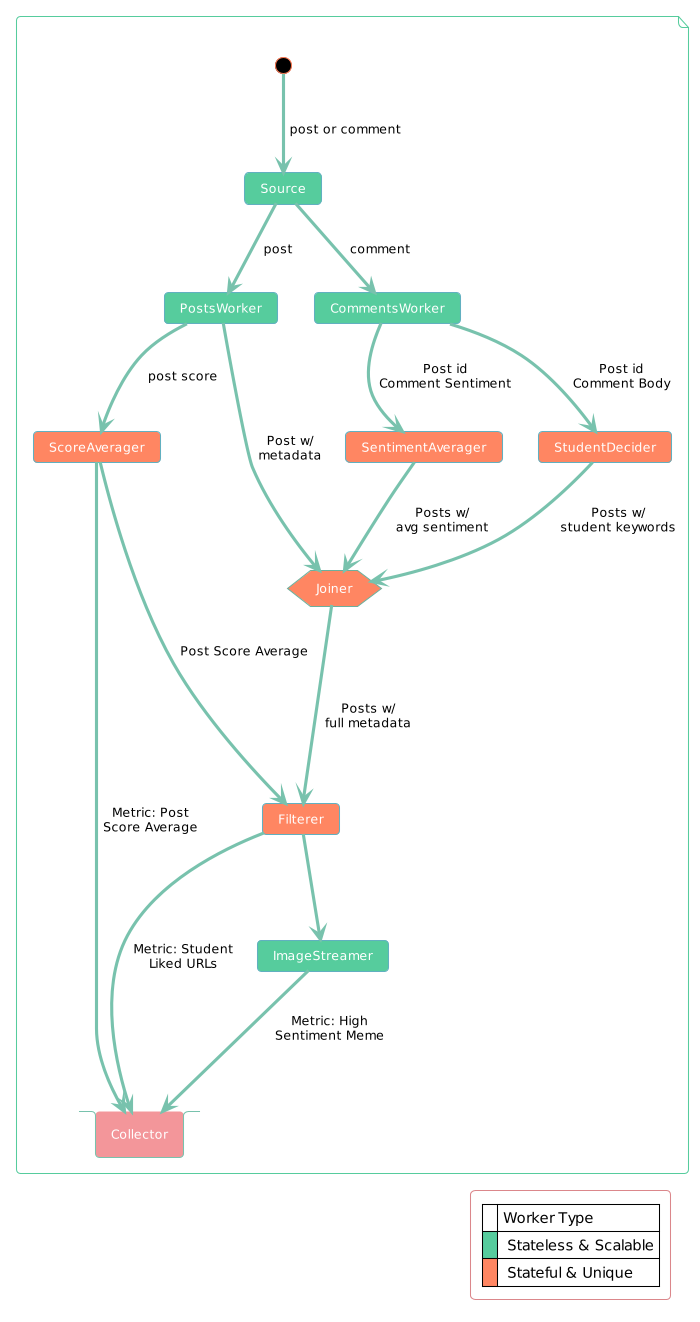
Earlier version of the PlantUML export TP2/informe/diagrams/fulldag.png (FdelMazo/7574-Distribuidos).
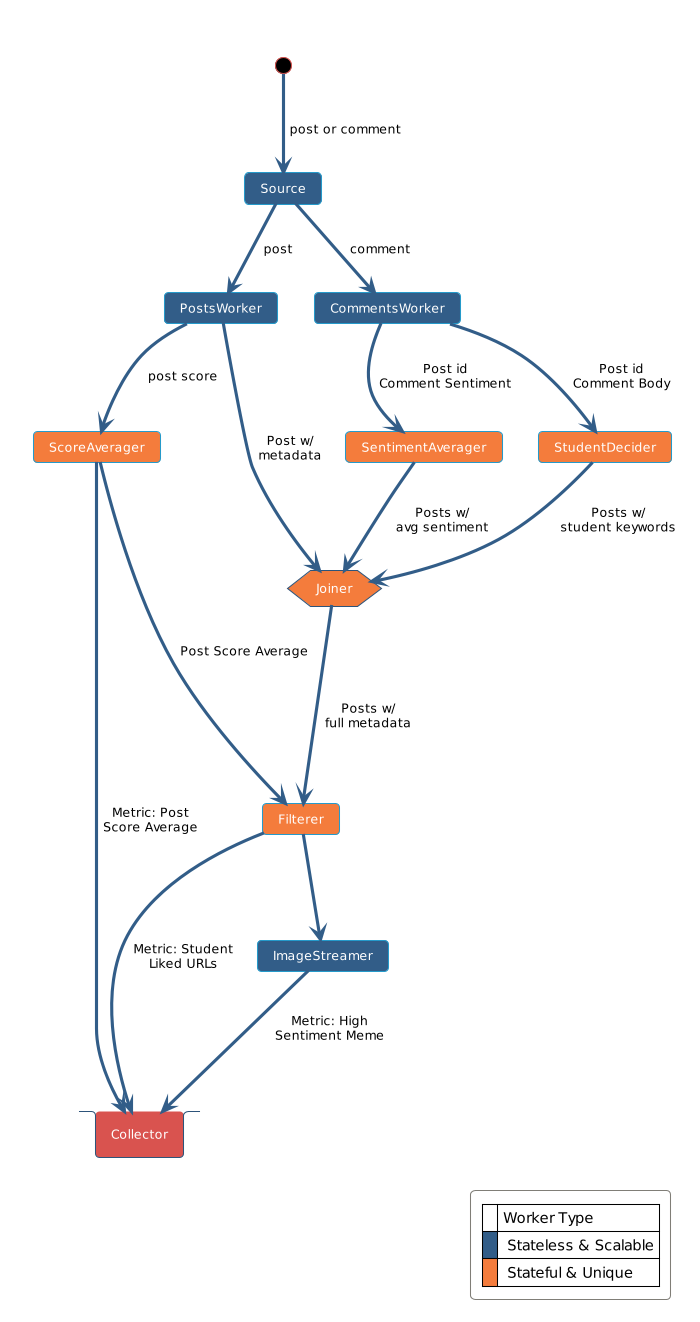
Later version of the same file.

Change to the diagram source:
```diff
@@ -1,34 +1,32 @@
 @startuml
-!theme minty
-skinparam arrowfontcolor black
-skinparam actorbackgroundcolor transparent
-skinparam actorfontcolor black
+!theme sandstone
+
+skinparam PartitionFontColor black
+skinparam PartitionBorderColor black
+skinparam ArrowFontColor black
+skinparam LegendFontColor black
 skinparam legendbackgroundcolor transparent
-skinparam filebordercolor #56cc9d
+skinparam ConditionEndStyle hline
+skinparam NoteBackgroundColor lemonchiffon
+skinparam NoteFontColor black
+skinparam filebordercolor transparent
 skinparam filebackgroundcolor transparent
-skinparam legendfontcolor black
-
-<style>
-startsty {
-  BackgroundColor #6cc3d5
-}
-</style>
 
 file {
   interface start #black [
   ]
-  stack Collector #f3969a [
+  stack Collector #d9534f [
   Collector
   ]
-  card Source #56cc9d
-  card PostsWorker #56cc9d
-  card CommentsWorker #56cc9d
-  card ImageStreamer #56cc9d
-  card ScoreAverager #ff8662
-  card SentimentAverager #ff8662
-  hexagon Joiner #ff8662
-  card Filterer #ff8662
-  card StudentDecider #ff8662
+  card Source #325d88
+  card PostsWorker #325d88
+  card CommentsWorker #325d88
+  card ImageStreamer #325d88
+  card ScoreAverager #f47c3c
+  card SentimentAverager #f47c3c
+  hexagon Joiner #f47c3c
+  card Filterer #f47c3c
+  card StudentDecider #f47c3c
 
   start -down-> Source: post or comment
   Source -down-> PostsWorker: post
@@ -49,8 +47,8 @@
 
 legend bottom right
     |= |Worker Type|
-    |<#56cc9d>| Stateless & Scalable|
-    |<#ff8662>| Stateful & Unique|
+    |<#325d88>| Stateless & Scalable|
+    |<#f47c3c>| Stateful & Unique|
 endlegend
 
 @enduml
```
